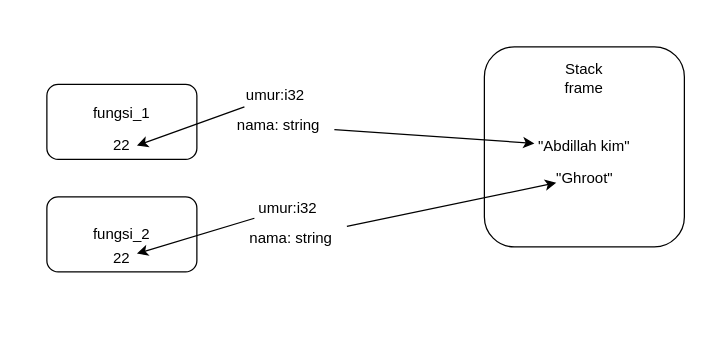
Above: images/heap.drawio in alliano/rust-dasar (draw.io), before the change. Source tidied: cells renumbered, new cells numbered last; positions are measured from the earlier drawing's top-left corner, leaving out a move shared by most shapes. Both pictures are drawn from the tidied source at 125%, with x=0, y=0 at pixel (21, 21).
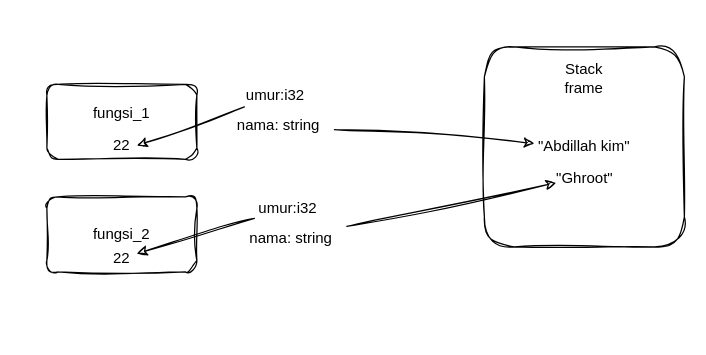
Above is the later version.

Commit message (it also covers changes not shown here):
docs(heap): add sketch style to diagram

Change to the diagram source:
```diff
@@
 <mxGraphModel>
   <root>
     <mxCell id="0" />
     <mxCell id="1" parent="0" />
-    <mxCell id="2" style="rounded=1;whiteSpace=wrap;html=1;strokeColor=none;fillColor=default;" parent="1" vertex="1">
+    <mxCell id="2" style="rounded=1;whiteSpace=wrap;html=1;strokeColor=none;fillColor=default;sketch=1;curveFitting=1;jiggle=2;" parent="1" vertex="1">
       <mxGeometry width="160" height="250" as="geometry" />
     </mxCell>
-    <mxCell id="3" style="rounded=1;whiteSpace=wrap;html=1;" parent="1" vertex="1">
+    <mxCell id="3" style="rounded=1;whiteSpace=wrap;html=1;sketch=1;curveFitting=1;jiggle=2;" parent="1" vertex="1">
       <mxGeometry x="370" y="20" width="160" height="160" as="geometry" />
     </mxCell>
-    <mxCell id="4" value="fungsi_1&lt;div&gt;&lt;br&gt;&lt;/div&gt;" style="rounded=1;whiteSpace=wrap;html=1;" parent="1" vertex="1">
+    <mxCell id="4" value="fungsi_1&lt;div&gt;&lt;br&gt;&lt;/div&gt;" style="rounded=1;whiteSpace=wrap;html=1;sketch=1;curveFitting=1;jiggle=2;" parent="1" vertex="1">
       <mxGeometry x="20" y="50" width="120" height="60" as="geometry" />
     </mxCell>
-    <mxCell id="5" value="fungsi_2" style="rounded=1;whiteSpace=wrap;html=1;" parent="1" vertex="1">
+    <mxCell id="5" value="fungsi_2" style="rounded=1;whiteSpace=wrap;html=1;sketch=1;curveFitting=1;jiggle=2;" parent="1" vertex="1">
       <mxGeometry x="20" y="140" width="120" height="60" as="geometry" />
     </mxCell>
-    <mxCell id="6" value="Stack frame" style="text;html=1;align=center;verticalAlign=middle;whiteSpace=wrap;rounded=0;" parent="1" vertex="1">
+    <mxCell id="6" value="Stack frame" style="text;html=1;align=center;verticalAlign=middle;whiteSpace=wrap;rounded=0;sketch=1;curveFitting=1;jiggle=2;" parent="1" vertex="1">
       <mxGeometry x="420" y="30" width="60" height="30" as="geometry" />
     </mxCell>
-    <mxCell id="7" style="edgeStyle=none;html=1;" parent="1" edge="1" source="8" target="11">
+    <mxCell id="7" style="edgeStyle=none;html=1;sketch=1;curveFitting=1;jiggle=2;" parent="1" edge="1" source="8" target="11">
       <mxGeometry relative="1" as="geometry" />
     </mxCell>
-    <mxCell id="8" value="nama: string" style="text;html=1;align=center;verticalAlign=middle;points=[];strokeColor=none;fillColor=none;" parent="1" vertex="1">
+    <mxCell id="8" value="nama: string" style="text;html=1;align=center;verticalAlign=middle;points=[];strokeColor=none;fillColor=none;sketch=1;curveFitting=1;jiggle=2;" parent="1" vertex="1">
       <mxGeometry x="160" y="68" width="90" height="30" as="geometry" />
     </mxCell>
-    <mxCell id="9" style="edgeStyle=none;html=1;entryX=1;entryY=0.5;entryDx=0;entryDy=0;" parent="1" edge="1" source="10" target="13">
+    <mxCell id="9" style="edgeStyle=none;html=1;entryX=1;entryY=0.5;entryDx=0;entryDy=0;sketch=1;curveFitting=1;jiggle=2;" parent="1" edge="1" source="10" target="13">
       <mxGeometry relative="1" as="geometry" />
     </mxCell>
-    <mxCell id="10" value="umur:i32" style="text;html=1;align=center;verticalAlign=middle;whiteSpace=wrap;rounded=0;" parent="1" vertex="1">
+    <mxCell id="10" value="umur:i32" style="text;html=1;align=center;verticalAlign=middle;whiteSpace=wrap;rounded=0;sketch=1;curveFitting=1;jiggle=2;" parent="1" vertex="1">
       <mxGeometry x="176" y="50" width="54" height="18" as="geometry" />
     </mxCell>
-    <mxCell id="11" value="&quot;Abdillah kim&quot;" style="text;html=1;align=center;verticalAlign=middle;whiteSpace=wrap;rounded=0;" parent="1" vertex="1">
+    <mxCell id="11" value="&quot;Abdillah kim&quot;" style="text;html=1;align=center;verticalAlign=middle;whiteSpace=wrap;rounded=0;sketch=1;curveFitting=1;jiggle=2;" parent="1" vertex="1">
       <mxGeometry x="410" y="91" width="80" height="18" as="geometry" />
     </mxCell>
-    <mxCell id="12" value="&quot;Ghroot&quot;" style="text;html=1;align=center;verticalAlign=middle;whiteSpace=wrap;rounded=0;" parent="1" vertex="1">
+    <mxCell id="12" value="&quot;Ghroot&quot;" style="text;html=1;align=center;verticalAlign=middle;whiteSpace=wrap;rounded=0;sketch=1;curveFitting=1;jiggle=2;" parent="1" vertex="1">
       <mxGeometry x="427.5" y="117.5" width="45" height="15" as="geometry" />
     </mxCell>
-    <mxCell id="13" value="22" style="text;html=1;align=center;verticalAlign=middle;whiteSpace=wrap;rounded=0;" parent="1" vertex="1">
+    <mxCell id="13" value="22" style="text;html=1;align=center;verticalAlign=middle;whiteSpace=wrap;rounded=0;sketch=1;curveFitting=1;jiggle=2;" parent="1" vertex="1">
       <mxGeometry x="68" y="90" width="24" height="18" as="geometry" />
     </mxCell>
-    <mxCell id="14" style="edgeStyle=none;html=1;" parent="1" edge="1" source="15" target="18">
+    <mxCell id="14" style="edgeStyle=none;html=1;sketch=1;curveFitting=1;jiggle=2;" parent="1" edge="1" source="15" target="18">
       <mxGeometry relative="1" as="geometry" />
     </mxCell>
-    <mxCell id="15" value="umur:i32" style="text;html=1;align=center;verticalAlign=middle;whiteSpace=wrap;rounded=0;" parent="1" vertex="1">
+    <mxCell id="15" value="umur:i32" style="text;html=1;align=center;verticalAlign=middle;whiteSpace=wrap;rounded=0;sketch=1;curveFitting=1;jiggle=2;" parent="1" vertex="1">
       <mxGeometry x="186" y="140" width="54" height="18" as="geometry" />
     </mxCell>
-    <mxCell id="16" style="edgeStyle=none;html=1;entryX=0;entryY=0.75;entryDx=0;entryDy=0;" parent="1" edge="1" source="17" target="12">
+    <mxCell id="16" style="edgeStyle=none;html=1;entryX=0;entryY=0.75;entryDx=0;entryDy=0;sketch=1;curveFitting=1;jiggle=2;" parent="1" edge="1" source="17" target="12">
       <mxGeometry relative="1" as="geometry" />
     </mxCell>
-    <mxCell id="17" value="nama: string" style="text;html=1;align=center;verticalAlign=middle;points=[];strokeColor=none;fillColor=none;" parent="1" vertex="1">
+    <mxCell id="17" value="nama: string" style="text;html=1;align=center;verticalAlign=middle;points=[];strokeColor=none;fillColor=none;sketch=1;curveFitting=1;jiggle=2;" parent="1" vertex="1">
       <mxGeometry x="170" y="158" width="90" height="30" as="geometry" />
     </mxCell>
-    <mxCell id="18" value="22" style="text;html=1;align=center;verticalAlign=middle;whiteSpace=wrap;rounded=0;" parent="1" vertex="1">
+    <mxCell id="18" value="22" style="text;html=1;align=center;verticalAlign=middle;whiteSpace=wrap;rounded=0;sketch=1;curveFitting=1;jiggle=2;" parent="1" vertex="1">
       <mxGeometry x="68" y="180" width="24" height="18" as="geometry" />
     </mxCell>
   </root>
 </mxGraphModel>
```
